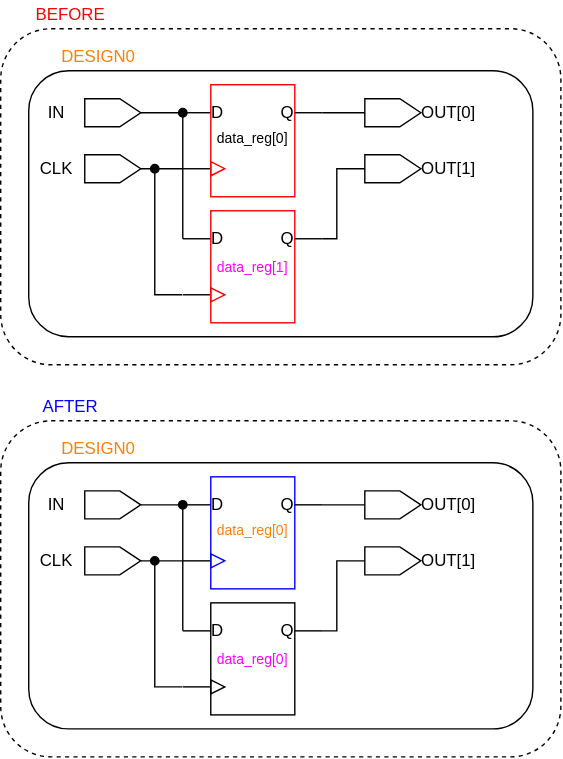
AlbertHansen/TripleModularRedundancyTool_developer_guide keeps this draw.io diagram as figures/dark-mode/update_scripts/update_reg_tmrg.drawio.svg. Above is the earlier version. Source tidied: cells renumbered, new cells last; positions are measured from the earlier drawing's top-left corner, leaving out a move shared by most shapes.
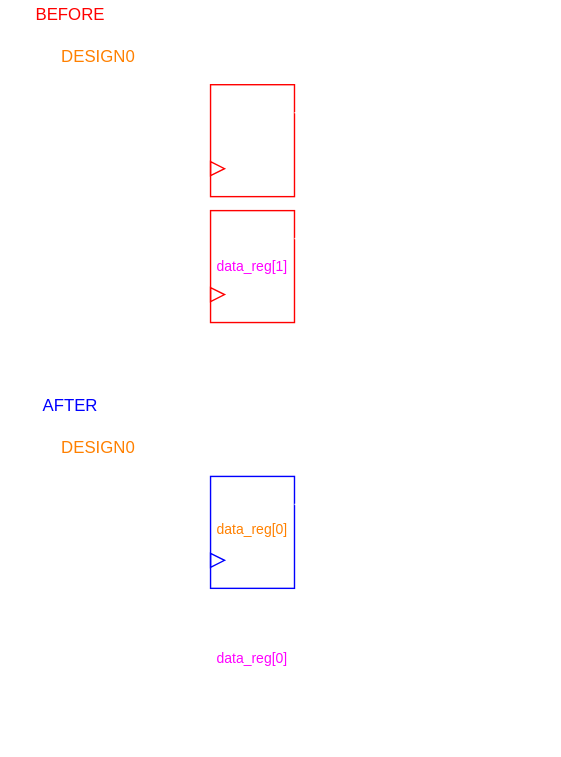
Later version of the same file.

The edit, as a diff of the source:
```diff
@@ -4,9 +4,9 @@
     <mxCell id="1" parent="0" />
-    <mxCell id="2" style="rounded=1;whiteSpace=wrap;html=1;fontColor=#FF00FF;fillColor=none;dashed=1;" parent="1" vertex="1">
+    <mxCell id="2" style="rounded=1;whiteSpace=wrap;html=1;fontColor=#FF00FF;fillColor=none;dashed=1;strokeColor=#FFFFFF;" parent="1" vertex="1">
       <mxGeometry y="20" width="400" height="240" as="geometry" />
     </mxCell>
-    <mxCell id="3" style="rounded=1;whiteSpace=wrap;html=1;fillColor=none;" parent="1" vertex="1">
+    <mxCell id="3" style="rounded=1;whiteSpace=wrap;html=1;fillColor=none;strokeColor=#FFFFFF;" parent="1" vertex="1">
       <mxGeometry x="20" y="50" width="360" height="190" as="geometry" />
     </mxCell>
-    <mxCell id="4" style="edgeStyle=none;html=1;exitX=0.5;exitY=1;exitDx=0;exitDy=0;endArrow=none;endFill=0;" parent="1" edge="1" source="5">
+    <mxCell id="4" style="edgeStyle=none;html=1;exitX=0.5;exitY=1;exitDx=0;exitDy=0;endArrow=none;endFill=0;strokeColor=#FFFFFF;" parent="1" edge="1" source="5">
       <mxGeometry relative="1" as="geometry">
@@ -15,6 +15,6 @@
     </mxCell>
-    <mxCell id="5" style="shape=offPageConnector;whiteSpace=wrap;rotation=-90;fillColor=none;html=1;strokeColor=#000000;" parent="1" vertex="1">
+    <mxCell id="5" style="shape=offPageConnector;whiteSpace=wrap;rotation=-90;fillColor=none;html=1;strokeColor=#FFFFFF;" parent="1" vertex="1">
       <mxGeometry x="70" y="60" width="20" height="40" as="geometry" />
     </mxCell>
-    <mxCell id="6" style="edgeStyle=none;html=1;exitX=0.5;exitY=1;exitDx=0;exitDy=0;endArrow=none;endFill=0;" parent="1" edge="1" source="7">
+    <mxCell id="6" style="edgeStyle=none;html=1;exitX=0.5;exitY=1;exitDx=0;exitDy=0;endArrow=none;endFill=0;strokeColor=#FFFFFF;" parent="1" edge="1" source="7">
       <mxGeometry relative="1" as="geometry">
@@ -23,6 +23,6 @@
     </mxCell>
-    <mxCell id="7" style="shape=offPageConnector;whiteSpace=wrap;rotation=-90;fillColor=none;html=1;strokeColor=#000000;" parent="1" vertex="1">
+    <mxCell id="7" style="shape=offPageConnector;whiteSpace=wrap;rotation=-90;fillColor=none;html=1;strokeColor=#FFFFFF;" parent="1" vertex="1">
       <mxGeometry x="70" y="100" width="20" height="40" as="geometry" />
     </mxCell>
-    <mxCell id="8" style="edgeStyle=none;html=1;exitX=0.5;exitY=0;exitDx=0;exitDy=0;endArrow=none;endFill=0;" parent="1" edge="1" source="9">
+    <mxCell id="8" style="edgeStyle=none;html=1;exitX=0.5;exitY=0;exitDx=0;exitDy=0;endArrow=none;endFill=0;strokeColor=#FFFFFF;" parent="1" edge="1" source="9">
       <mxGeometry relative="1" as="geometry">
@@ -31,12 +31,12 @@
     </mxCell>
-    <mxCell id="9" style="shape=offPageConnector;whiteSpace=wrap;rotation=-90;fillColor=none;html=1;strokeColor=#000000;" parent="1" vertex="1">
+    <mxCell id="9" style="shape=offPageConnector;whiteSpace=wrap;rotation=-90;fillColor=none;html=1;strokeColor=#FFFFFF;" parent="1" vertex="1">
       <mxGeometry x="270" y="60" width="20" height="40" as="geometry" />
     </mxCell>
-    <mxCell id="10" value="IN" style="text;html=1;strokeColor=none;fillColor=none;align=center;verticalAlign=middle;whiteSpace=wrap;rounded=0;fontColor=#000000;fontStyle=0;" parent="1" vertex="1">
+    <mxCell id="10" value="IN" style="text;html=1;strokeColor=none;fillColor=none;align=center;verticalAlign=middle;whiteSpace=wrap;rounded=0;fontColor=#FFFFFF;fontStyle=0;" parent="1" vertex="1">
       <mxGeometry x="20" y="70" width="40" height="20" as="geometry" />
     </mxCell>
-    <mxCell id="11" value="CLK" style="text;html=1;strokeColor=none;fillColor=none;align=center;verticalAlign=middle;whiteSpace=wrap;rounded=0;" parent="1" vertex="1">
+    <mxCell id="11" value="CLK" style="text;html=1;strokeColor=none;fillColor=none;align=center;verticalAlign=middle;whiteSpace=wrap;rounded=0;fontColor=#FFFFFF;" parent="1" vertex="1">
       <mxGeometry x="20" y="110" width="40" height="20" as="geometry" />
     </mxCell>
-    <mxCell id="12" value="OUT[0]" style="text;html=1;strokeColor=none;fillColor=none;align=center;verticalAlign=middle;whiteSpace=wrap;rounded=0;" parent="1" vertex="1">
+    <mxCell id="12" value="OUT[0]" style="text;html=1;strokeColor=none;fillColor=none;align=center;verticalAlign=middle;whiteSpace=wrap;rounded=0;fontColor=#FFFFFF;" parent="1" vertex="1">
       <mxGeometry x="300" y="70" width="40" height="20" as="geometry" />
@@ -52,3 +52,3 @@
     </mxCell>
-    <mxCell id="16" style="endArrow=none;html=1;entryX=0;entryY=0.25;entryDx=0;entryDy=0;" parent="15" edge="1" target="18">
+    <mxCell id="16" style="endArrow=none;html=1;entryX=0;entryY=0.25;entryDx=0;entryDy=0;strokeColor=#FFFFFF;" parent="15" edge="1" target="18">
       <mxGeometry relative="1" as="geometry">
@@ -57,3 +57,3 @@
     </mxCell>
-    <mxCell id="17" style="endArrow=none;html=1;entryX=0;entryY=0.75;entryDx=0;entryDy=0;" parent="15" edge="1" target="18">
+    <mxCell id="17" style="endArrow=none;html=1;entryX=0;entryY=0.75;entryDx=0;entryDy=0;strokeColor=#FFFFFF;" parent="15" edge="1" target="18">
       <mxGeometry relative="1" as="geometry">
@@ -65,3 +65,3 @@
     </mxCell>
-    <mxCell id="19" style="endArrow=none;html=1;exitX=1;exitY=0.25;exitDx=0;exitDy=0;" parent="15" edge="1" source="18">
+    <mxCell id="19" style="endArrow=none;html=1;exitX=1;exitY=0.25;exitDx=0;exitDy=0;strokeColor=#FFFFFF;" parent="15" edge="1" source="18">
       <mxGeometry relative="1" as="geometry">
@@ -73,9 +73,9 @@
     </mxCell>
-    <mxCell id="21" value="D" style="text;html=1;strokeColor=none;fillColor=none;align=center;verticalAlign=middle;whiteSpace=wrap;rounded=0;" parent="15" vertex="1">
+    <mxCell id="21" value="D" style="text;html=1;strokeColor=none;fillColor=none;align=center;verticalAlign=middle;whiteSpace=wrap;rounded=0;fontColor=#FFFFFF;" parent="15" vertex="1">
       <mxGeometry x="20" y="15" width="10" height="10" as="geometry" />
     </mxCell>
-    <mxCell id="22" value="Q" style="text;html=1;strokeColor=none;fillColor=none;align=center;verticalAlign=middle;whiteSpace=wrap;rounded=0;" parent="15" vertex="1">
+    <mxCell id="22" value="Q" style="text;html=1;strokeColor=none;fillColor=none;align=center;verticalAlign=middle;whiteSpace=wrap;rounded=0;fontColor=#FFFFFF;" parent="15" vertex="1">
       <mxGeometry x="70" y="15" width="10" height="10" as="geometry" />
     </mxCell>
-    <mxCell id="23" value="data_reg[0]" style="text;html=1;strokeColor=none;fillColor=none;align=center;verticalAlign=middle;whiteSpace=wrap;rounded=0;fontColor=#000000;fontSize=10;" parent="15" vertex="1">
+    <mxCell id="23" value="data_reg[0]" style="text;html=1;strokeColor=none;fillColor=none;align=center;verticalAlign=middle;whiteSpace=wrap;rounded=0;fontColor=#FFFFFF;fontSize=10;" parent="15" vertex="1">
       <mxGeometry x="30" y="25" width="40" height="25" as="geometry" />
@@ -85,3 +85,3 @@
     </mxCell>
-    <mxCell id="25" style="endArrow=none;html=1;entryX=0;entryY=0.25;entryDx=0;entryDy=0;" parent="24" edge="1" target="27">
+    <mxCell id="25" style="endArrow=none;html=1;entryX=0;entryY=0.25;entryDx=0;entryDy=0;strokeColor=#FFFFFF;" parent="24" edge="1" target="27">
       <mxGeometry relative="1" as="geometry">
@@ -90,3 +90,3 @@
     </mxCell>
-    <mxCell id="26" style="endArrow=none;html=1;entryX=0;entryY=0.75;entryDx=0;entryDy=0;" parent="24" edge="1" target="27">
+    <mxCell id="26" style="endArrow=none;html=1;entryX=0;entryY=0.75;entryDx=0;entryDy=0;strokeColor=#FFFFFF;" parent="24" edge="1" target="27">
       <mxGeometry relative="1" as="geometry">
@@ -98,3 +98,3 @@
     </mxCell>
-    <mxCell id="28" style="endArrow=none;html=1;exitX=1;exitY=0.25;exitDx=0;exitDy=0;" parent="24" edge="1" source="27">
+    <mxCell id="28" style="endArrow=none;html=1;exitX=1;exitY=0.25;exitDx=0;exitDy=0;strokeColor=#FFFFFF;" parent="24" edge="1" source="27">
       <mxGeometry relative="1" as="geometry">
@@ -106,6 +106,6 @@
     </mxCell>
-    <mxCell id="30" value="D" style="text;html=1;strokeColor=none;fillColor=none;align=center;verticalAlign=middle;whiteSpace=wrap;rounded=0;" parent="24" vertex="1">
+    <mxCell id="30" value="D" style="text;html=1;strokeColor=none;fillColor=none;align=center;verticalAlign=middle;whiteSpace=wrap;rounded=0;fontColor=#FFFFFF;" parent="24" vertex="1">
       <mxGeometry x="20" y="15" width="10" height="10" as="geometry" />
     </mxCell>
-    <mxCell id="31" value="Q" style="text;html=1;strokeColor=none;fillColor=none;align=center;verticalAlign=middle;whiteSpace=wrap;rounded=0;" parent="24" vertex="1">
+    <mxCell id="31" value="Q" style="text;html=1;strokeColor=none;fillColor=none;align=center;verticalAlign=middle;whiteSpace=wrap;rounded=0;fontColor=#FFFFFF;" parent="24" vertex="1">
       <mxGeometry x="70" y="15" width="10" height="10" as="geometry" />
@@ -115,3 +115,3 @@
     </mxCell>
-    <mxCell id="33" style="endArrow=none;html=1;fontColor=#000000;edgeStyle=orthogonalEdgeStyle;startArrow=oval;startFill=1;" parent="1" edge="1">
+    <mxCell id="33" style="endArrow=none;html=1;fontColor=#000000;edgeStyle=orthogonalEdgeStyle;startArrow=oval;startFill=1;strokeColor=#FFFFFF;" parent="1" edge="1">
       <mxGeometry relative="1" as="geometry">
@@ -121,3 +121,3 @@
     </mxCell>
-    <mxCell id="34" style="endArrow=none;html=1;fontColor=#000000;edgeStyle=orthogonalEdgeStyle;startArrow=oval;startFill=1;rounded=0;" parent="1" edge="1">
+    <mxCell id="34" style="endArrow=none;html=1;fontColor=#000000;edgeStyle=orthogonalEdgeStyle;startArrow=oval;startFill=1;rounded=0;strokeColor=#FFFFFF;" parent="1" edge="1">
       <mxGeometry relative="1" as="geometry">
@@ -130,9 +130,9 @@
     </mxCell>
-    <mxCell id="35" style="shape=offPageConnector;whiteSpace=wrap;rotation=-90;fillColor=none;html=1;strokeColor=#000000;" parent="1" vertex="1">
+    <mxCell id="35" style="shape=offPageConnector;whiteSpace=wrap;rotation=-90;fillColor=none;html=1;strokeColor=#FFFFFF;" parent="1" vertex="1">
       <mxGeometry x="270" y="100" width="20" height="40" as="geometry" />
     </mxCell>
-    <mxCell id="36" value="OUT[1]" style="text;html=1;strokeColor=none;fillColor=none;align=center;verticalAlign=middle;whiteSpace=wrap;rounded=0;" parent="1" vertex="1">
+    <mxCell id="36" value="OUT[1]" style="text;html=1;strokeColor=none;fillColor=none;align=center;verticalAlign=middle;whiteSpace=wrap;rounded=0;fontColor=#FFFFFF;" parent="1" vertex="1">
       <mxGeometry x="300" y="110" width="40" height="20" as="geometry" />
     </mxCell>
-    <mxCell id="37" style="endArrow=none;html=1;fontColor=#000000;edgeStyle=orthogonalEdgeStyle;startArrow=none;startFill=0;rounded=0;exitX=0.5;exitY=0;exitDx=0;exitDy=0;" parent="1" edge="1" source="35">
+    <mxCell id="37" style="endArrow=none;html=1;fontColor=#000000;edgeStyle=orthogonalEdgeStyle;startArrow=none;startFill=0;rounded=0;exitX=0.5;exitY=0;exitDx=0;exitDy=0;strokeColor=#FFFFFF;" parent="1" edge="1" source="35">
       <mxGeometry relative="1" as="geometry">
@@ -145,9 +145,9 @@
     </mxCell>
-    <mxCell id="38" style="rounded=1;whiteSpace=wrap;html=1;fontColor=#FF00FF;fillColor=none;dashed=1;" parent="1" vertex="1">
+    <mxCell id="38" style="rounded=1;whiteSpace=wrap;html=1;fontColor=#FF00FF;fillColor=none;dashed=1;strokeColor=#FFFFFF;" parent="1" vertex="1">
       <mxGeometry y="300" width="400" height="240" as="geometry" />
     </mxCell>
-    <mxCell id="39" style="rounded=1;whiteSpace=wrap;html=1;fillColor=none;" parent="1" vertex="1">
+    <mxCell id="39" style="rounded=1;whiteSpace=wrap;html=1;fillColor=none;strokeColor=#FFFFFF;" parent="1" vertex="1">
       <mxGeometry x="20" y="330" width="360" height="190" as="geometry" />
     </mxCell>
-    <mxCell id="40" style="edgeStyle=none;html=1;exitX=0.5;exitY=1;exitDx=0;exitDy=0;endArrow=none;endFill=0;" parent="1" edge="1" source="41">
+    <mxCell id="40" style="edgeStyle=none;html=1;exitX=0.5;exitY=1;exitDx=0;exitDy=0;endArrow=none;endFill=0;strokeColor=#FFFFFF;" parent="1" edge="1" source="41">
       <mxGeometry relative="1" as="geometry">
@@ -156,6 +156,6 @@
     </mxCell>
-    <mxCell id="41" style="shape=offPageConnector;whiteSpace=wrap;rotation=-90;fillColor=none;html=1;strokeColor=#000000;" parent="1" vertex="1">
+    <mxCell id="41" style="shape=offPageConnector;whiteSpace=wrap;rotation=-90;fillColor=none;html=1;strokeColor=#FFFFFF;" parent="1" vertex="1">
       <mxGeometry x="70" y="340" width="20" height="40" as="geometry" />
     </mxCell>
-    <mxCell id="42" style="edgeStyle=none;html=1;exitX=0.5;exitY=1;exitDx=0;exitDy=0;endArrow=none;endFill=0;" parent="1" edge="1" source="43">
+    <mxCell id="42" style="edgeStyle=none;html=1;exitX=0.5;exitY=1;exitDx=0;exitDy=0;endArrow=none;endFill=0;strokeColor=#FFFFFF;" parent="1" edge="1" source="43">
       <mxGeometry relative="1" as="geometry">
@@ -164,6 +164,6 @@
     </mxCell>
-    <mxCell id="43" style="shape=offPageConnector;whiteSpace=wrap;rotation=-90;fillColor=none;html=1;strokeColor=#000000;" parent="1" vertex="1">
+    <mxCell id="43" style="shape=offPageConnector;whiteSpace=wrap;rotation=-90;fillColor=none;html=1;strokeColor=#FFFFFF;" parent="1" vertex="1">
       <mxGeometry x="70" y="380" width="20" height="40" as="geometry" />
     </mxCell>
-    <mxCell id="44" style="edgeStyle=none;html=1;exitX=0.5;exitY=0;exitDx=0;exitDy=0;endArrow=none;endFill=0;" parent="1" edge="1" source="45">
+    <mxCell id="44" style="edgeStyle=none;html=1;exitX=0.5;exitY=0;exitDx=0;exitDy=0;endArrow=none;endFill=0;strokeColor=#FFFFFF;" parent="1" edge="1" source="45">
       <mxGeometry relative="1" as="geometry">
@@ -172,12 +172,12 @@
     </mxCell>
-    <mxCell id="45" style="shape=offPageConnector;whiteSpace=wrap;rotation=-90;fillColor=none;html=1;strokeColor=#000000;" parent="1" vertex="1">
+    <mxCell id="45" style="shape=offPageConnector;whiteSpace=wrap;rotation=-90;fillColor=none;html=1;strokeColor=#FFFFFF;" parent="1" vertex="1">
       <mxGeometry x="270" y="340" width="20" height="40" as="geometry" />
     </mxCell>
-    <mxCell id="46" value="IN" style="text;html=1;strokeColor=none;fillColor=none;align=center;verticalAlign=middle;whiteSpace=wrap;rounded=0;fontColor=#000000;fontStyle=0;" parent="1" vertex="1">
+    <mxCell id="46" value="IN" style="text;html=1;strokeColor=none;fillColor=none;align=center;verticalAlign=middle;whiteSpace=wrap;rounded=0;fontColor=#FFFFFF;fontStyle=0;" parent="1" vertex="1">
       <mxGeometry x="20" y="350" width="40" height="20" as="geometry" />
     </mxCell>
-    <mxCell id="47" value="CLK" style="text;html=1;strokeColor=none;fillColor=none;align=center;verticalAlign=middle;whiteSpace=wrap;rounded=0;" parent="1" vertex="1">
+    <mxCell id="47" value="CLK" style="text;html=1;strokeColor=none;fillColor=none;align=center;verticalAlign=middle;whiteSpace=wrap;rounded=0;fontColor=#FFFFFF;" parent="1" vertex="1">
       <mxGeometry x="20" y="390" width="40" height="20" as="geometry" />
     </mxCell>
-    <mxCell id="48" value="OUT[0]" style="text;html=1;strokeColor=none;fillColor=none;align=center;verticalAlign=middle;whiteSpace=wrap;rounded=0;" parent="1" vertex="1">
+    <mxCell id="48" value="OUT[0]" style="text;html=1;strokeColor=none;fillColor=none;align=center;verticalAlign=middle;whiteSpace=wrap;rounded=0;fontColor=#FFFFFF;" parent="1" vertex="1">
       <mxGeometry x="300" y="350" width="40" height="20" as="geometry" />
@@ -193,3 +193,3 @@
     </mxCell>
-    <mxCell id="52" style="endArrow=none;html=1;entryX=0;entryY=0.25;entryDx=0;entryDy=0;" parent="51" edge="1" target="54">
+    <mxCell id="52" style="endArrow=none;html=1;entryX=0;entryY=0.25;entryDx=0;entryDy=0;strokeColor=#FFFFFF;" parent="51" edge="1" target="54">
       <mxGeometry relative="1" as="geometry">
@@ -198,3 +198,3 @@
     </mxCell>
-    <mxCell id="53" style="endArrow=none;html=1;entryX=0;entryY=0.75;entryDx=0;entryDy=0;" parent="51" edge="1" target="54">
+    <mxCell id="53" style="endArrow=none;html=1;entryX=0;entryY=0.75;entryDx=0;entryDy=0;strokeColor=#FFFFFF;" parent="51" edge="1" target="54">
       <mxGeometry relative="1" as="geometry">
@@ -206,3 +206,3 @@
     </mxCell>
-    <mxCell id="55" style="endArrow=none;html=1;exitX=1;exitY=0.25;exitDx=0;exitDy=0;" parent="51" edge="1" source="54">
+    <mxCell id="55" style="endArrow=none;html=1;exitX=1;exitY=0.25;exitDx=0;exitDy=0;strokeColor=#FFFFFF;" parent="51" edge="1" source="54">
       <mxGeometry relative="1" as="geometry">
@@ -214,6 +214,6 @@
     </mxCell>
-    <mxCell id="57" value="D" style="text;html=1;strokeColor=none;fillColor=none;align=center;verticalAlign=middle;whiteSpace=wrap;rounded=0;" parent="51" vertex="1">
+    <mxCell id="57" value="D" style="text;html=1;strokeColor=none;fillColor=none;align=center;verticalAlign=middle;whiteSpace=wrap;rounded=0;fontColor=#FFFFFF;" parent="51" vertex="1">
       <mxGeometry x="20" y="15" width="10" height="10" as="geometry" />
     </mxCell>
-    <mxCell id="58" value="Q" style="text;html=1;strokeColor=none;fillColor=none;align=center;verticalAlign=middle;whiteSpace=wrap;rounded=0;" parent="51" vertex="1">
+    <mxCell id="58" value="Q" style="text;html=1;strokeColor=none;fillColor=none;align=center;verticalAlign=middle;whiteSpace=wrap;rounded=0;fontColor=#FFFFFF;" parent="51" vertex="1">
       <mxGeometry x="70" y="15" width="10" height="10" as="geometry" />
@@ -226,3 +226,3 @@
     </mxCell>
-    <mxCell id="61" style="endArrow=none;html=1;entryX=0;entryY=0.25;entryDx=0;entryDy=0;" parent="60" edge="1" target="63">
+    <mxCell id="61" style="endArrow=none;html=1;entryX=0;entryY=0.25;entryDx=0;entryDy=0;strokeColor=#FFFFFF;" parent="60" edge="1" target="63">
       <mxGeometry relative="1" as="geometry">
@@ -231,3 +231,3 @@
     </mxCell>
-    <mxCell id="62" style="endArrow=none;html=1;entryX=0;entryY=0.75;entryDx=0;entryDy=0;" parent="60" edge="1" target="63">
+    <mxCell id="62" style="endArrow=none;html=1;entryX=0;entryY=0.75;entryDx=0;entryDy=0;strokeColor=#FFFFFF;" parent="60" edge="1" target="63">
       <mxGeometry relative="1" as="geometry">
@@ -236,6 +236,6 @@
     </mxCell>
-    <mxCell id="63" style="rounded=0;whiteSpace=wrap;html=1;fillColor=none;" parent="60" vertex="1">
+    <mxCell id="63" style="rounded=0;whiteSpace=wrap;html=1;fillColor=none;strokeColor=#FFFFFF;" parent="60" vertex="1">
       <mxGeometry x="20" width="60" height="80" as="geometry" />
     </mxCell>
-    <mxCell id="64" style="endArrow=none;html=1;exitX=1;exitY=0.25;exitDx=0;exitDy=0;" parent="60" edge="1" source="63">
+    <mxCell id="64" style="endArrow=none;html=1;exitX=1;exitY=0.25;exitDx=0;exitDy=0;strokeColor=#FFFFFF;" parent="60" edge="1" source="63">
       <mxGeometry relative="1" as="geometry">
@@ -244,9 +244,9 @@
     </mxCell>
-    <mxCell id="65" style="triangle;whiteSpace=wrap;html=1;fillColor=none;" parent="60" vertex="1">
+    <mxCell id="65" style="triangle;whiteSpace=wrap;html=1;fillColor=none;strokeColor=#FFFFFF;" parent="60" vertex="1">
       <mxGeometry x="20" y="55" width="10" height="10" as="geometry" />
     </mxCell>
-    <mxCell id="66" value="D" style="text;html=1;strokeColor=none;fillColor=none;align=center;verticalAlign=middle;whiteSpace=wrap;rounded=0;" parent="60" vertex="1">
+    <mxCell id="66" value="D" style="text;html=1;strokeColor=none;fillColor=none;align=center;verticalAlign=middle;whiteSpace=wrap;rounded=0;fontColor=#FFFFFF;" parent="60" vertex="1">
       <mxGeometry x="20" y="15" width="10" height="10" as="geometry" />
     </mxCell>
-    <mxCell id="67" value="Q" style="text;html=1;strokeColor=none;fillColor=none;align=center;verticalAlign=middle;whiteSpace=wrap;rounded=0;" parent="60" vertex="1">
+    <mxCell id="67" value="Q" style="text;html=1;strokeColor=none;fillColor=none;align=center;verticalAlign=middle;whiteSpace=wrap;rounded=0;fontColor=#FFFFFF;" parent="60" vertex="1">
       <mxGeometry x="70" y="15" width="10" height="10" as="geometry" />
@@ -256,3 +256,3 @@
     </mxCell>
-    <mxCell id="69" style="endArrow=none;html=1;fontColor=#000000;edgeStyle=orthogonalEdgeStyle;startArrow=oval;startFill=1;" parent="1" edge="1">
+    <mxCell id="69" style="endArrow=none;html=1;fontColor=#000000;edgeStyle=orthogonalEdgeStyle;startArrow=oval;startFill=1;strokeColor=#FFFFFF;" parent="1" edge="1">
       <mxGeometry relative="1" as="geometry">
@@ -262,3 +262,3 @@
     </mxCell>
-    <mxCell id="70" style="endArrow=none;html=1;fontColor=#000000;edgeStyle=orthogonalEdgeStyle;startArrow=oval;startFill=1;rounded=0;" parent="1" edge="1">
+    <mxCell id="70" style="endArrow=none;html=1;fontColor=#000000;edgeStyle=orthogonalEdgeStyle;startArrow=oval;startFill=1;rounded=0;strokeColor=#FFFFFF;" parent="1" edge="1">
       <mxGeometry relative="1" as="geometry">
@@ -271,9 +271,9 @@
     </mxCell>
-    <mxCell id="71" style="shape=offPageConnector;whiteSpace=wrap;rotation=-90;fillColor=none;html=1;strokeColor=#000000;" parent="1" vertex="1">
+    <mxCell id="71" style="shape=offPageConnector;whiteSpace=wrap;rotation=-90;fillColor=none;html=1;strokeColor=#FFFFFF;" parent="1" vertex="1">
       <mxGeometry x="270" y="380" width="20" height="40" as="geometry" />
     </mxCell>
-    <mxCell id="72" value="OUT[1]" style="text;html=1;strokeColor=none;fillColor=none;align=center;verticalAlign=middle;whiteSpace=wrap;rounded=0;" parent="1" vertex="1">
+    <mxCell id="72" value="OUT[1]" style="text;html=1;strokeColor=none;fillColor=none;align=center;verticalAlign=middle;whiteSpace=wrap;rounded=0;fontColor=#FFFFFF;" parent="1" vertex="1">
       <mxGeometry x="300" y="390" width="40" height="20" as="geometry" />
     </mxCell>
-    <mxCell id="73" style="endArrow=none;html=1;fontColor=#000000;edgeStyle=orthogonalEdgeStyle;startArrow=none;startFill=0;rounded=0;exitX=0.5;exitY=0;exitDx=0;exitDy=0;" parent="1" edge="1" source="71">
+    <mxCell id="73" style="endArrow=none;html=1;fontColor=#000000;edgeStyle=orthogonalEdgeStyle;startArrow=none;startFill=0;rounded=0;exitX=0.5;exitY=0;exitDx=0;exitDy=0;strokeColor=#FFFFFF;" parent="1" edge="1" source="71">
       <mxGeometry relative="1" as="geometry">
```
